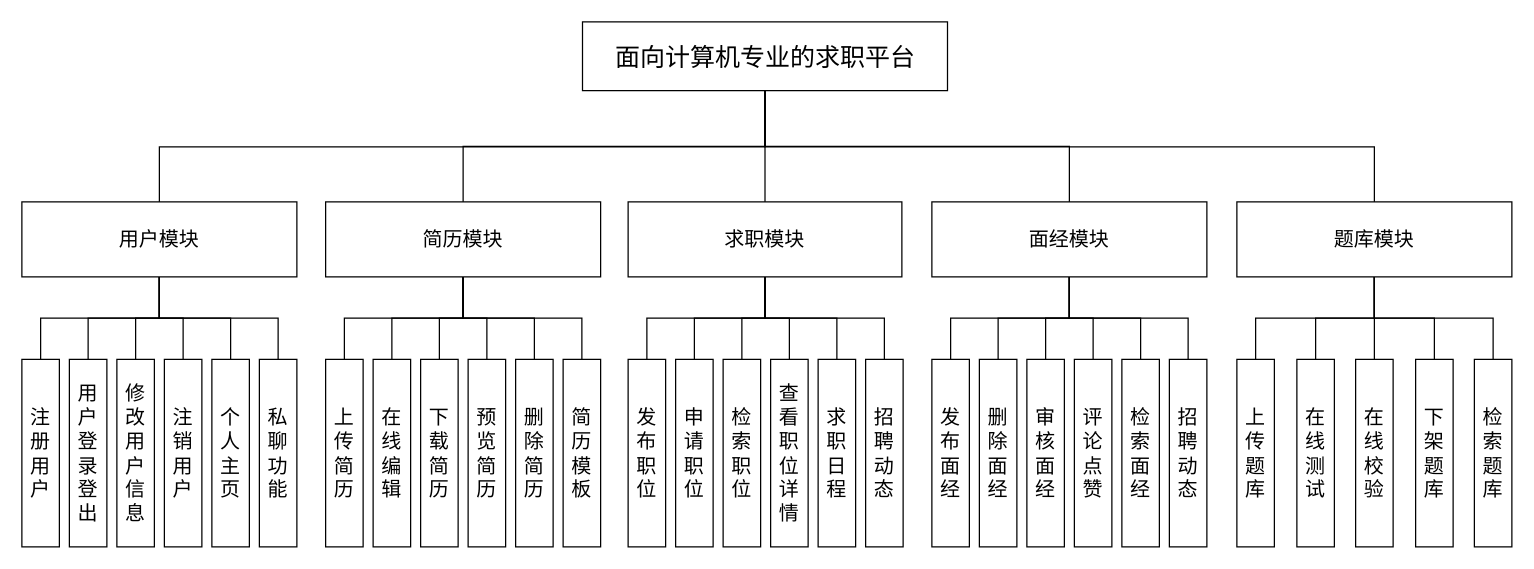
Before: 毕设-牛客网.drawio in Ocsio/draw-io, a draw.io diagram. Source tidied: cells renumbered, new cells numbered last; positions are measured from the earlier drawing's top-left corner, leaving out a move shared by most shapes. Both pictures are drawn from the tidied source at 125%, with x=0, y=0 at pixel (21, 21).
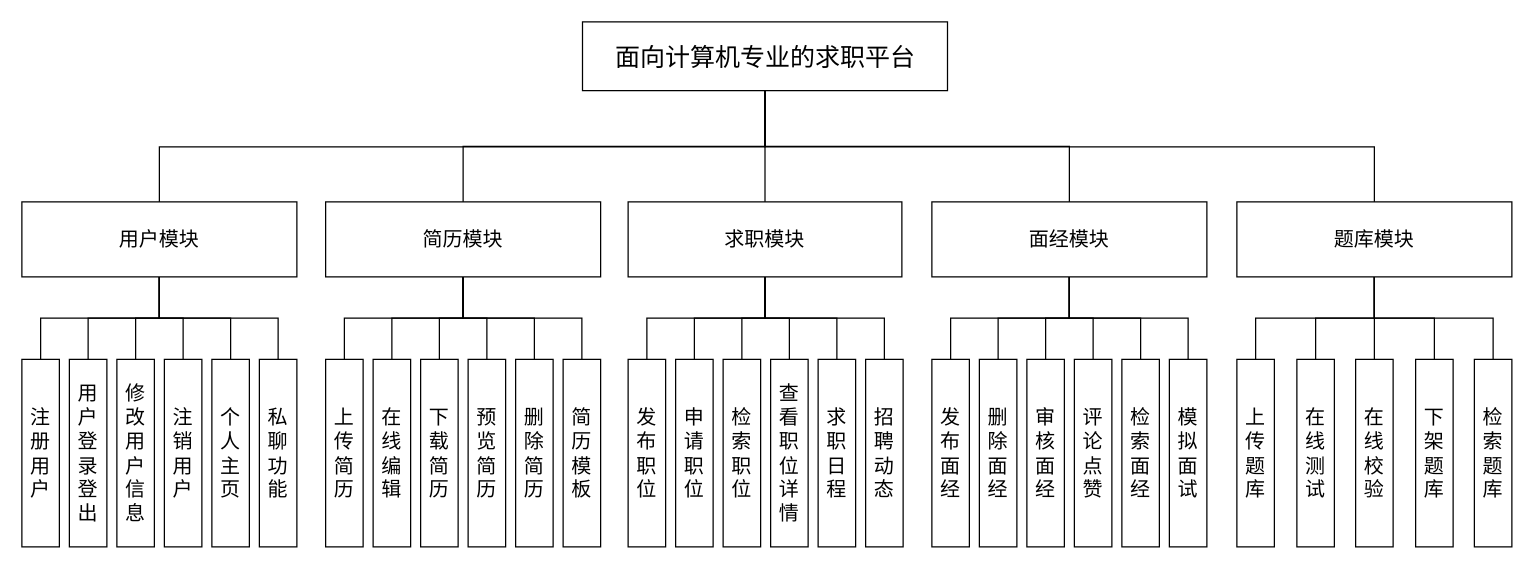
Above is the later version.

Commit message:
更新毕设-牛客网.drawio

What changed in the source:
```diff
@@
-    <mxCell id="60" value="&lt;span style=&quot;font-size: 16px;&quot;&gt;招聘动态&lt;/span&gt;" style="rounded=0;whiteSpace=wrap;html=1;" parent="1" vertex="1">
+    <mxCell id="60" value="&lt;span style=&quot;font-size: 16px;&quot;&gt;模拟面试&lt;/span&gt;" style="rounded=0;whiteSpace=wrap;html=1;" parent="1" vertex="1">
       <mxGeometry x="918" y="270" width="30" height="150" as="geometry" />
     </mxCell>
```
